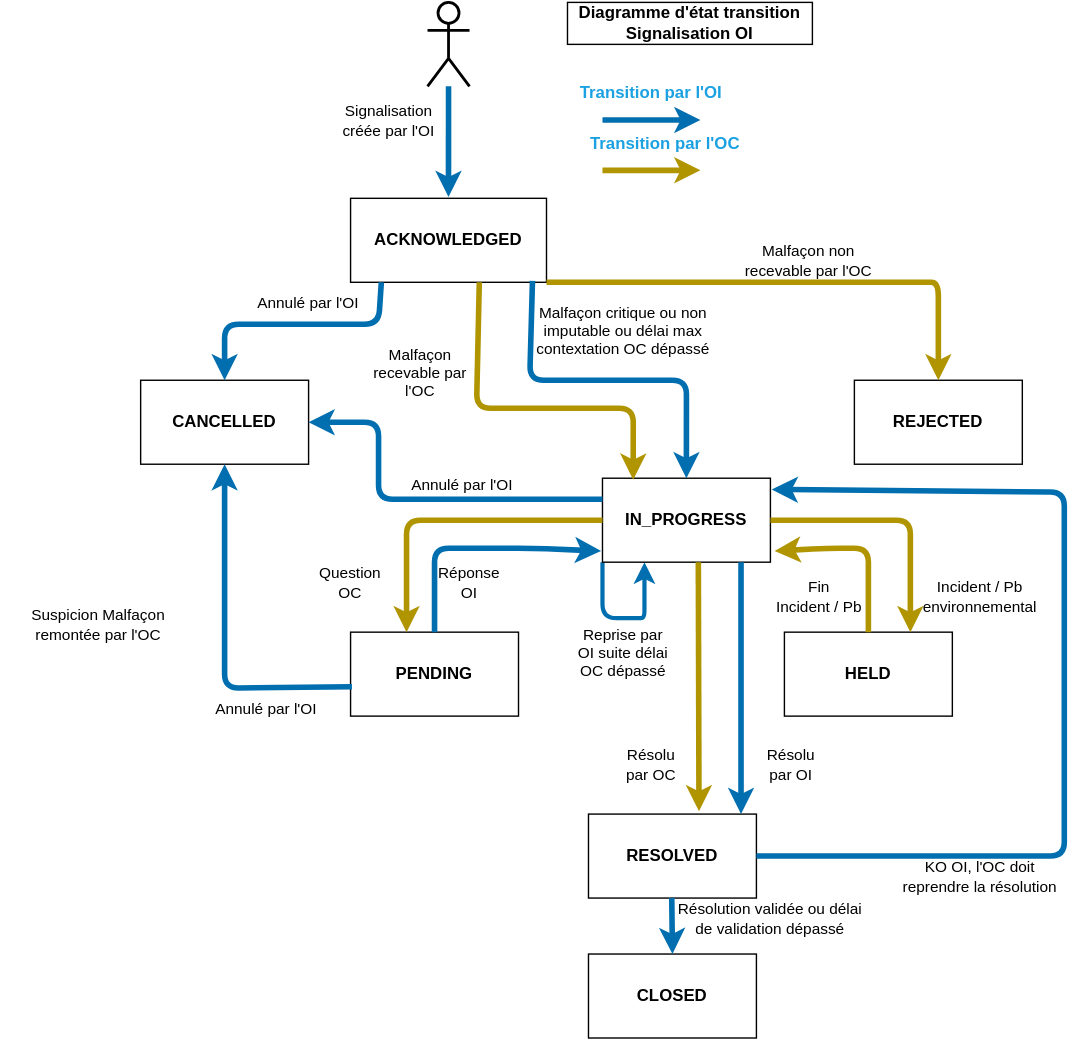
Before: statusOiOcNonImputCrit.drawio.svg, a diagram exported from draw.io (before-interop/malfacon). Source tidied: cells renumbered, new cells last; positions are measured from the earlier drawing's top-left corner, leaving out a move shared by most shapes.
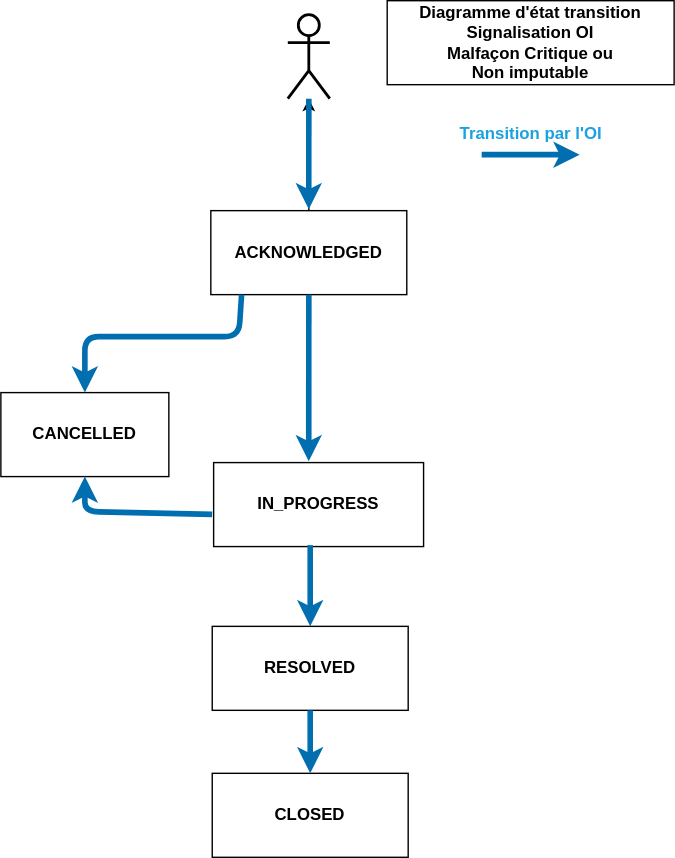
After the change.

The edit, as a diff of the source:
```diff
@@ -2,154 +2,27 @@
   <root>
     <mxCell id="0" />
     <mxCell id="1" parent="0" />
+    <mxCell id="49" style="edgeStyle=none;html=1;" parent="1" edge="1" source="2" target="8">
+      <mxGeometry relative="1" as="geometry" />
+    </mxCell>
     <mxCell id="2" value="&lt;b&gt;ACKNOWLEDGED&lt;/b&gt;" style="rounded=0;whiteSpace=wrap;html=1;" parent="1" vertex="1">
       <mxGeometry x="250" y="140" width="140" height="60" as="geometry" />
     </mxCell>
-    <mxCell id="3" style="edgeStyle=none;html=1;exitX=0;exitY=1;exitDx=0;exitDy=0;entryX=0.25;entryY=1;entryDx=0;entryDy=0;strokeWidth=3;fillColor=#1ba1e2;strokeColor=#006EAF;" parent="1" edge="1" source="4" target="4">
-      <mxGeometry relative="1" as="geometry">
-        <Array as="points">
-          <mxPoint x="430" y="440" />
-          <mxPoint x="450" y="440" />
-          <mxPoint x="460" y="440" />
-          <mxPoint x="460" y="430" />
-        </Array>
-      </mxGeometry>
-    </mxCell>
     <mxCell id="4" value="&lt;b&gt;IN_PROGRESS&lt;/b&gt;" style="rounded=0;whiteSpace=wrap;html=1;" parent="1" vertex="1">
-      <mxGeometry x="430" y="340" width="120" height="60" as="geometry" />
+      <mxGeometry x="252" y="320" width="150" height="60" as="geometry" />
     </mxCell>
-    <mxCell id="5" value="&lt;b&gt;PENDING&lt;/b&gt;" style="rounded=0;whiteSpace=wrap;html=1;" parent="1" vertex="1">
-      <mxGeometry x="250" y="450" width="120" height="60" as="geometry" />
-    </mxCell>
     <mxCell id="6" value="&lt;b&gt;RESOLVED&lt;/b&gt;" style="rounded=0;whiteSpace=wrap;html=1;" parent="1" vertex="1">
-      <mxGeometry x="420" y="580" width="120" height="60" as="geometry" />
+      <mxGeometry x="251" y="437" width="140" height="60" as="geometry" />
     </mxCell>
     <mxCell id="7" value="&lt;b&gt;CLOSED&lt;/b&gt;" style="rounded=0;whiteSpace=wrap;html=1;" parent="1" vertex="1">
-      <mxGeometry x="420" y="680" width="120" height="60" as="geometry" />
+      <mxGeometry x="251" y="542" width="140" height="60" as="geometry" />
     </mxCell>
     <mxCell id="8" style="shape=umlActor;verticalLabelPosition=bottom;verticalAlign=top;html=1;outlineConnect=0;fontColor=#1BA1E2;fontStyle=0;strokeWidth=2;" parent="1" vertex="1">
       <mxGeometry x="305" width="30" height="60" as="geometry" />
     </mxCell>
-    <mxCell id="9" style="edgeStyle=none;html=1;entryX=0.183;entryY=0.017;entryDx=0;entryDy=0;fillColor=#e3c800;strokeColor=#B09500;strokeWidth=4;exitX=0.657;exitY=1;exitDx=0;exitDy=0;entryPerimeter=0;exitPerimeter=0;" parent="1" edge="1" source="2" target="4">
-      <mxGeometry relative="1" as="geometry">
-        <Array as="points">
-          <mxPoint x="340" y="290" />
-          <mxPoint x="420" y="290" />
-          <mxPoint x="452" y="290" />
-        </Array>
-      </mxGeometry>
-    </mxCell>
-    <mxCell id="10" value="&lt;b&gt;HELD&lt;/b&gt;" style="rounded=0;whiteSpace=wrap;html=1;" parent="1" vertex="1">
-      <mxGeometry x="560" y="450" width="120" height="60" as="geometry" />
-    </mxCell>
-    <mxCell id="11" style="edgeStyle=none;html=1;fillColor=#e3c800;strokeColor=#B09500;strokeWidth=4;exitX=0;exitY=0.5;exitDx=0;exitDy=0;" parent="1" edge="1" source="4">
-      <mxGeometry relative="1" as="geometry">
-        <mxPoint x="290" y="450" as="targetPoint" />
-        <Array as="points">
-          <mxPoint x="290" y="370" />
-        </Array>
-      </mxGeometry>
-    </mxCell>
-    <mxCell id="12" style="edgeStyle=none;html=1;fillColor=#1ba1e2;strokeColor=#006EAF;strokeWidth=4;exitX=0.5;exitY=0;exitDx=0;exitDy=0;entryX=-0.008;entryY=0.867;entryDx=0;entryDy=0;entryPerimeter=0;" parent="1" edge="1" source="5" target="4">
-      <mxGeometry relative="1" as="geometry">
-        <Array as="points">
-          <mxPoint x="310" y="390" />
-          <mxPoint x="380" y="390" />
-        </Array>
-      </mxGeometry>
-    </mxCell>
-    <mxCell id="13" style="edgeStyle=none;html=1;fillColor=#e3c800;strokeColor=#B09500;strokeWidth=4;entryX=0.75;entryY=0;entryDx=0;entryDy=0;exitX=1;exitY=0.5;exitDx=0;exitDy=0;" parent="1" edge="1" source="4" target="10">
-      <mxGeometry relative="1" as="geometry">
-        <Array as="points">
-          <mxPoint x="600" y="370" />
-          <mxPoint x="650" y="370" />
-        </Array>
-      </mxGeometry>
-    </mxCell>
-    <mxCell id="14" style="edgeStyle=none;html=1;fillColor=#e3c800;strokeColor=#B09500;strokeWidth=4;entryX=1.025;entryY=0.867;entryDx=0;entryDy=0;exitX=0.5;exitY=0;exitDx=0;exitDy=0;entryPerimeter=0;" parent="1" edge="1" source="10" target="4">
-      <mxGeometry relative="1" as="geometry">
-        <Array as="points">
-          <mxPoint x="620" y="390" />
-          <mxPoint x="590" y="390" />
-        </Array>
-      </mxGeometry>
-    </mxCell>
-    <mxCell id="15" style="edgeStyle=none;html=1;entryX=0.658;entryY=-0.033;entryDx=0;entryDy=0;strokeWidth=4;fontColor=#1BA1E2;fillColor=#e3c800;strokeColor=#B09500;entryPerimeter=0;" parent="1" edge="1" target="6">
-      <mxGeometry relative="1" as="geometry">
-        <mxPoint x="498.5" y="400" as="sourcePoint" />
-      </mxGeometry>
-    </mxCell>
-    <mxCell id="16" style="edgeStyle=none;html=1;strokeWidth=4;fontColor=#1BA1E2;fillColor=#1ba1e2;strokeColor=#006EAF;" parent="1" edge="1">
-      <mxGeometry relative="1" as="geometry">
-        <mxPoint x="529" y="400" as="sourcePoint" />
-        <mxPoint x="529" y="580" as="targetPoint" />
-      </mxGeometry>
-    </mxCell>
-    <mxCell id="17" style="edgeStyle=none;html=1;entryX=1.008;entryY=0.133;entryDx=0;entryDy=0;fillColor=#1ba1e2;strokeColor=#006EAF;strokeWidth=4;entryPerimeter=0;" parent="1" edge="1" target="4">
-      <mxGeometry relative="1" as="geometry">
-        <mxPoint x="540" y="610" as="sourcePoint" />
-        <Array as="points">
-          <mxPoint x="760" y="610" />
-          <mxPoint x="760" y="480" />
-          <mxPoint x="760" y="410" />
-          <mxPoint x="760" y="350" />
-        </Array>
-      </mxGeometry>
-    </mxCell>
-    <mxCell id="18" value="Suspicion Malfaçon remontée par l'OC" style="text;html=1;strokeColor=none;fillColor=none;align=center;verticalAlign=middle;whiteSpace=wrap;rounded=0;fontSize=11;" parent="1" vertex="1">
-      <mxGeometry y="430" width="140" height="30" as="geometry" />
-    </mxCell>
-    <mxCell id="19" value="Malfaçon recevable par l'OC" style="text;html=1;strokeColor=none;fillColor=none;align=center;verticalAlign=middle;whiteSpace=wrap;rounded=0;fontSize=11;" parent="1" vertex="1">
-      <mxGeometry x="260" y="250" width="80" height="30" as="geometry" />
-    </mxCell>
-    <mxCell id="20" value="Malfaçon critique ou non imputable ou délai max contextation OC dépassé" style="text;html=1;strokeColor=none;fillColor=none;align=center;verticalAlign=middle;whiteSpace=wrap;rounded=0;fontSize=11;" parent="1" vertex="1">
-      <mxGeometry x="380" y="220" width="130" height="30" as="geometry" />
-    </mxCell>
-    <mxCell id="21" value="Incident / Pb environnemental" style="text;html=1;strokeColor=none;fillColor=none;align=center;verticalAlign=middle;whiteSpace=wrap;rounded=0;fontSize=11;" parent="1" vertex="1">
-      <mxGeometry x="650" y="410" width="100" height="30" as="geometry" />
-    </mxCell>
-    <mxCell id="22" value="Fin&lt;br&gt;&amp;nbsp;Incident /&amp;nbsp;Pb" style="text;html=1;strokeColor=none;fillColor=none;align=center;verticalAlign=middle;whiteSpace=wrap;rounded=0;fontSize=11;" parent="1" vertex="1">
-      <mxGeometry x="550" y="410" width="70" height="30" as="geometry" />
-    </mxCell>
-    <mxCell id="23" value="Question OC" style="text;html=1;strokeColor=none;fillColor=none;align=center;verticalAlign=middle;whiteSpace=wrap;rounded=0;fontSize=11;" parent="1" vertex="1">
-      <mxGeometry x="220" y="400" width="60" height="30" as="geometry" />
-    </mxCell>
-    <mxCell id="24" value="Réponse OI" style="text;html=1;strokeColor=none;fillColor=none;align=center;verticalAlign=middle;whiteSpace=wrap;rounded=0;fontSize=11;" parent="1" vertex="1">
-      <mxGeometry x="305" y="400" width="60" height="30" as="geometry" />
-    </mxCell>
-    <mxCell id="25" value="Reprise par OI suite délai OC dépassé" style="text;html=1;strokeColor=none;fillColor=none;align=center;verticalAlign=middle;whiteSpace=wrap;rounded=0;fontSize=11;" parent="1" vertex="1">
-      <mxGeometry x="410" y="450" width="70" height="30" as="geometry" />
-    </mxCell>
-    <mxCell id="26" value="Résolu par OC" style="text;html=1;strokeColor=none;fillColor=none;align=center;verticalAlign=middle;whiteSpace=wrap;rounded=0;fontSize=11;" parent="1" vertex="1">
-      <mxGeometry x="440" y="530" width="50" height="30" as="geometry" />
-    </mxCell>
-    <mxCell id="27" value="Résolu par OI" style="text;html=1;strokeColor=none;fillColor=none;align=center;verticalAlign=middle;whiteSpace=wrap;rounded=0;fontSize=11;" parent="1" vertex="1">
-      <mxGeometry x="540" y="530" width="50" height="30" as="geometry" />
-    </mxCell>
-    <mxCell id="28" style="edgeStyle=none;html=1;strokeWidth=4;fontColor=#1BA1E2;fillColor=#1ba1e2;strokeColor=#006EAF;" parent="1" edge="1">
-      <mxGeometry relative="1" as="geometry">
-        <mxPoint x="479.5" y="640" as="sourcePoint" />
-        <mxPoint x="480" y="680" as="targetPoint" />
-      </mxGeometry>
-    </mxCell>
-    <mxCell id="29" value="KO OI, l'OC doit reprendre la résolution" style="text;html=1;strokeColor=none;fillColor=none;align=center;verticalAlign=middle;whiteSpace=wrap;rounded=0;fontSize=11;" parent="1" vertex="1">
-      <mxGeometry x="635" y="610" width="130" height="30" as="geometry" />
-    </mxCell>
     <mxCell id="30" value="&lt;b&gt;CANCELLED&lt;/b&gt;" style="rounded=0;whiteSpace=wrap;html=1;" parent="1" vertex="1">
       <mxGeometry x="100" y="270" width="120" height="60" as="geometry" />
     </mxCell>
-    <mxCell id="31" style="edgeStyle=none;html=1;entryX=0.183;entryY=0.017;entryDx=0;entryDy=0;fillColor=#1ba1e2;strokeColor=#006EAF;strokeWidth=4;exitX=0.657;exitY=1;exitDx=0;exitDy=0;entryPerimeter=0;exitPerimeter=0;" parent="1" edge="1">
-      <mxGeometry relative="1" as="geometry">
-        <mxPoint x="380" y="199" as="sourcePoint" />
-        <mxPoint x="490" y="340" as="targetPoint" />
-        <Array as="points">
-          <mxPoint x="378" y="270" />
-          <mxPoint x="410" y="270" />
-          <mxPoint x="460" y="270" />
-          <mxPoint x="490" y="270" />
-        </Array>
-      </mxGeometry>
-    </mxCell>
     <mxCell id="32" style="edgeStyle=none;html=1;entryX=0.5;entryY=0;entryDx=0;entryDy=0;fillColor=#1ba1e2;strokeColor=#006EAF;strokeWidth=4;exitX=0.157;exitY=1;exitDx=0;exitDy=0;exitPerimeter=0;" parent="1" edge="1" source="2" target="30">
       <mxGeometry relative="1" as="geometry">
         <Array as="points">
@@ -159,79 +32,39 @@
         </Array>
       </mxGeometry>
     </mxCell>
-    <mxCell id="33" value="Annulé par l'OI" style="text;html=1;strokeColor=none;fillColor=none;align=center;verticalAlign=middle;whiteSpace=wrap;rounded=0;fontSize=11;" parent="1" vertex="1">
-      <mxGeometry x="170" y="200" width="100" height="30" as="geometry" />
-    </mxCell>
-    <mxCell id="34" style="edgeStyle=none;html=1;fillColor=#1ba1e2;strokeColor=#006EAF;strokeWidth=4;exitX=0.008;exitY=0.65;exitDx=0;exitDy=0;entryX=0.5;entryY=1;entryDx=0;entryDy=0;exitPerimeter=0;" parent="1" edge="1" source="5" target="30">
-      <mxGeometry relative="1" as="geometry">
-        <Array as="points">
-          <mxPoint x="160" y="490" />
-        </Array>
-      </mxGeometry>
-    </mxCell>
-    <mxCell id="35" value="Annulé par l'OI" style="text;html=1;strokeColor=none;fillColor=none;align=center;verticalAlign=middle;whiteSpace=wrap;rounded=0;fontSize=11;" parent="1" vertex="1">
-      <mxGeometry x="140" y="490" width="100" height="30" as="geometry" />
-    </mxCell>
-    <mxCell id="36" style="edgeStyle=none;html=1;fillColor=#1ba1e2;strokeColor=#006EAF;strokeWidth=4;exitX=0;exitY=0.25;exitDx=0;exitDy=0;entryX=1;entryY=0.5;entryDx=0;entryDy=0;" parent="1" edge="1" source="4" target="30">
+    <mxCell id="36" style="edgeStyle=none;html=1;fillColor=#1ba1e2;strokeColor=#006EAF;strokeWidth=4;exitX=-0.007;exitY=0.617;exitDx=0;exitDy=0;entryX=0.5;entryY=1;entryDx=0;entryDy=0;exitPerimeter=0;" parent="1" edge="1" source="4" target="30">
       <mxGeometry relative="1" as="geometry">
         <Array as="points">
-          <mxPoint x="270" y="355" />
-          <mxPoint x="270" y="300" />
+          <mxPoint x="160" y="355" />
         </Array>
       </mxGeometry>
     </mxCell>
-    <mxCell id="37" value="Annulé par l'OI" style="text;html=1;strokeColor=none;fillColor=none;align=center;verticalAlign=middle;whiteSpace=wrap;rounded=0;fontSize=11;" parent="1" vertex="1">
-      <mxGeometry x="280" y="330" width="100" height="30" as="geometry" />
-    </mxCell>
-    <mxCell id="38" value="&lt;b&gt;REJECTED&lt;/b&gt;" style="rounded=0;whiteSpace=wrap;html=1;" parent="1" vertex="1">
-      <mxGeometry x="610" y="270" width="120" height="60" as="geometry" />
-    </mxCell>
-    <mxCell id="39" style="edgeStyle=none;html=1;fillColor=#e3c800;strokeColor=#B09500;strokeWidth=4;entryX=0.5;entryY=0;entryDx=0;entryDy=0;exitX=1;exitY=1;exitDx=0;exitDy=0;" parent="1" edge="1" source="2" target="38">
-      <mxGeometry relative="1" as="geometry">
-        <Array as="points">
-          <mxPoint x="650" y="200" />
-          <mxPoint x="670" y="200" />
-        </Array>
-      </mxGeometry>
-    </mxCell>
-    <mxCell id="40" value="Malfaçon non recevable par l'OC" style="text;html=1;strokeColor=none;fillColor=none;align=center;verticalAlign=middle;whiteSpace=wrap;rounded=0;fontSize=11;" parent="1" vertex="1">
-      <mxGeometry x="520" y="170" width="115" height="30" as="geometry" />
-    </mxCell>
-    <mxCell id="41" value="Résolution validée ou délai de validation dépassé" style="text;html=1;strokeColor=none;fillColor=none;align=center;verticalAlign=middle;whiteSpace=wrap;rounded=0;fontSize=11;" parent="1" vertex="1">
-      <mxGeometry x="480" y="640" width="140" height="30" as="geometry" />
-    </mxCell>
     <mxCell id="42" style="endArrow=classic;html=1;strokeWidth=4;fillColor=#1ba1e2;strokeColor=#006EAF;entryX=0.607;entryY=-0.017;entryDx=0;entryDy=0;entryPerimeter=0;" parent="1" edge="1">
       <mxGeometry relative="1" as="geometry">
         <mxPoint x="320" y="60" as="sourcePoint" />
         <mxPoint x="320" y="139" as="targetPoint" />
       </mxGeometry>
     </mxCell>
-    <mxCell id="43" value="Signalisation&lt;br&gt;créée par l'OI" style="text;html=1;strokeColor=none;fillColor=none;align=center;verticalAlign=middle;whiteSpace=wrap;rounded=0;fontSize=11;" parent="1" vertex="1">
-      <mxGeometry x="220" y="70" width="115" height="30" as="geometry" />
-    </mxCell>
-    <mxCell id="44" value="&lt;b&gt;&lt;font style=&quot;font-size: 12px;&quot;&gt;Diagramme d'état transition Signalisation OI&lt;/font&gt;&lt;/b&gt;" style="text;html=1;strokeColor=black;fillColor=none;align=center;verticalAlign=middle;whiteSpace=wrap;rounded=0;fontSize=11;" parent="1" vertex="1">
-      <mxGeometry x="405" width="175" height="30" as="geometry" />
+    <mxCell id="44" value="&lt;b&gt;&lt;font style=&quot;font-size: 12px;&quot;&gt;Diagramme d'état transition Signalisation OI&lt;br&gt;Malfaçon Critique ou &lt;br&gt;Non imputable&lt;br&gt;&lt;/font&gt;&lt;/b&gt;" style="text;html=1;strokeColor=black;fillColor=none;align=center;verticalAlign=middle;whiteSpace=wrap;rounded=0;fontSize=11;" parent="1" vertex="1">
+      <mxGeometry x="376" y="-10" width="205" height="60" as="geometry" />
     </mxCell>
     <mxCell id="45" style="endArrow=classic;html=1;strokeWidth=4;fillColor=#1ba1e2;strokeColor=#006EAF;" parent="1" edge="1">
       <mxGeometry relative="1" as="geometry">
-        <mxPoint x="430" y="84" as="sourcePoint" />
-        <mxPoint x="500" y="84" as="targetPoint" />
+        <mxPoint x="443.5" y="100" as="sourcePoint" />
+        <mxPoint x="513.5" y="100" as="targetPoint" />
       </mxGeometry>
     </mxCell>
     <mxCell id="46" value="&lt;b&gt;Transition par l'OI&lt;/b&gt;" style="text;html=1;strokeColor=none;fillColor=none;align=center;verticalAlign=middle;whiteSpace=wrap;rounded=0;fontColor=#1BA1E2;" parent="1" vertex="1">
-      <mxGeometry x="410" y="50" width="110" height="30" as="geometry" />
+      <mxGeometry x="423.5" y="70" width="110" height="30" as="geometry" />
     </mxCell>
-    <mxCell id="47" value="&lt;b&gt;Transition par l'OC&lt;/b&gt;" style="text;html=1;strokeColor=none;fillColor=none;align=center;verticalAlign=middle;whiteSpace=wrap;rounded=0;fontColor=#1BA1E2;" parent="1" vertex="1">
-      <mxGeometry x="420" y="86" width="110" height="30" as="geometry" />
-    </mxCell>
-    <mxCell id="48" style="edgeStyle=none;html=1;strokeWidth=4;fontColor=#1BA1E2;fillColor=#e3c800;strokeColor=#B09500;" parent="1" edge="1">
-      <mxGeometry relative="1" as="geometry">
-        <mxPoint x="430" y="120" as="sourcePoint" />
-        <mxPoint x="500" y="120" as="targetPoint" />
-        <Array as="points">
-          <mxPoint x="490" y="120" />
-        </Array>
-      </mxGeometry>
-    </mxCell>
+    <mxCell id="9" style="endArrow=classic;html=1;strokeWidth=4;fillColor=#1ba1e2;strokeColor=#006EAF;entryX=0.453;entryY=-0.017;entryDx=0;entryDy=0;entryPerimeter=0;exitX=0.5;exitY=1;exitDx=0;exitDy=0;" parent="1" edge="1" source="2" target="4">
+      <mxGeometry relative="1" as="geometry" />
+    </mxCell>
+    <mxCell id="50" style="endArrow=classic;html=1;strokeWidth=4;fillColor=#1ba1e2;strokeColor=#006EAF;exitX=0.46;exitY=0.983;exitDx=0;exitDy=0;entryX=0.5;entryY=0;entryDx=0;entryDy=0;exitPerimeter=0;" parent="1" edge="1" source="4" target="6">
+      <mxGeometry relative="1" as="geometry" />
+    </mxCell>
+    <mxCell id="51" style="endArrow=classic;html=1;strokeWidth=4;fillColor=#1ba1e2;strokeColor=#006EAF;exitX=0.5;exitY=1;exitDx=0;exitDy=0;entryX=0.5;entryY=0;entryDx=0;entryDy=0;" parent="1" edge="1" source="6" target="7">
+      <mxGeometry relative="1" as="geometry" />
+    </mxCell>
   </root>
 </mxGraphModel>
```
